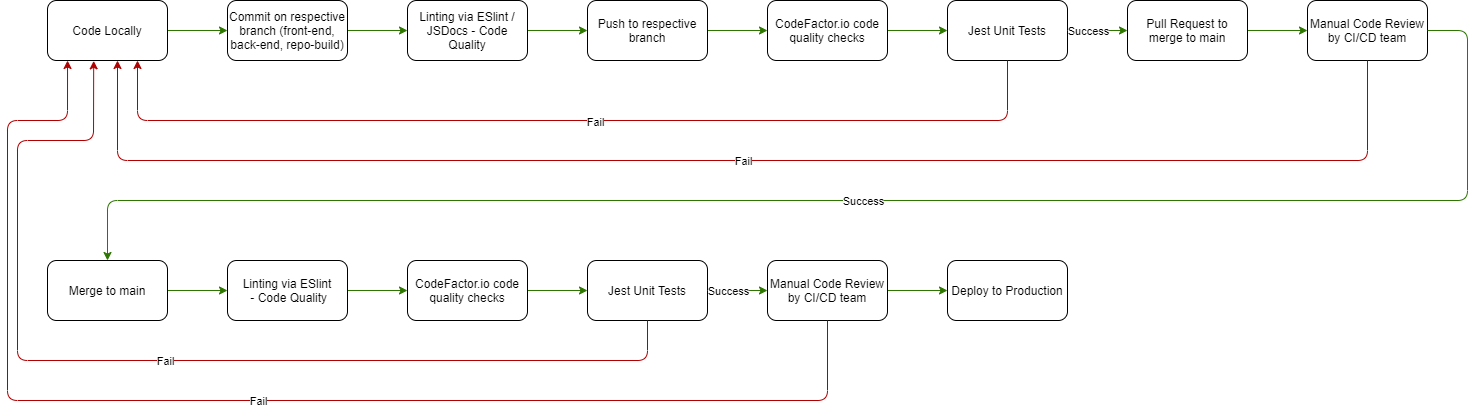
This is admin/CI+CD/phase1BuildDiagram.drawio.png from cse110-sp21-group14/cse110-sp21-group14, a draw.io export, as it was before one commit. Source tidied: cells renumbered, new cells last; positions are measured from the earlier drawing's top-left corner, leaving out a move shared by most shapes. Source of this version:
```xml
<mxGraphModel background="#ffffff">
  <root>
    <mxCell id="0" />
    <mxCell id="1" parent="0" />
    <mxCell id="2" style="edgeStyle=orthogonalEdgeStyle;rounded=0;jettySize=auto;html=1;exitX=1;exitY=0.5;exitDx=0;exitDy=0;entryX=0;entryY=0.5;entryDx=0;entryDy=0;fillColor=#60a917;strokeColor=#2D7600;" parent="1" edge="1" source="3" target="5">
      <mxGeometry relative="1" as="geometry" />
    </mxCell>
    <mxCell id="3" value="Code Locally" style="rounded=1;whiteSpace=wrap;html=1;" parent="1" vertex="1">
      <mxGeometry x="40" width="120" height="60" as="geometry" />
    </mxCell>
    <mxCell id="4" style="edgeStyle=orthogonalEdgeStyle;rounded=0;jettySize=auto;html=1;fillColor=#60a917;strokeColor=#2D7600;" parent="1" edge="1" source="5" target="7">
      <mxGeometry relative="1" as="geometry" />
    </mxCell>
    <mxCell id="5" value="Commit on respective branch (front-end, back-end, repo-build)" style="rounded=1;whiteSpace=wrap;html=1;" parent="1" vertex="1">
      <mxGeometry x="220" width="120" height="60" as="geometry" />
    </mxCell>
    <mxCell id="6" style="edgeStyle=orthogonalEdgeStyle;rounded=0;jettySize=auto;html=1;fillColor=#60a917;strokeColor=#2D7600;" parent="1" edge="1" source="7" target="14">
      <mxGeometry relative="1" as="geometry" />
    </mxCell>
    <mxCell id="7" value="Linting via ESlint / JSDocs - Code Quality" style="rounded=1;whiteSpace=wrap;html=1;" parent="1" vertex="1">
      <mxGeometry x="400" width="120" height="60" as="geometry" />
    </mxCell>
    <mxCell id="8" style="edgeStyle=orthogonalEdgeStyle;rounded=0;jettySize=auto;html=1;fillColor=#60a917;strokeColor=#2D7600;" parent="1" edge="1" source="9" target="15">
      <mxGeometry relative="1" as="geometry" />
    </mxCell>
    <mxCell id="9" value="Pull Request to merge to main" style="rounded=1;whiteSpace=wrap;html=1;" parent="1" vertex="1">
      <mxGeometry x="1120" width="120" height="60" as="geometry" />
    </mxCell>
    <mxCell id="10" value="Jest Unit Tests" style="rounded=1;whiteSpace=wrap;html=1;" parent="1" vertex="1">
      <mxGeometry x="940" width="120" height="60" as="geometry" />
    </mxCell>
    <mxCell id="11" style="edgeStyle=orthogonalEdgeStyle;rounded=0;jettySize=auto;html=1;fillColor=#60a917;strokeColor=#2D7600;" parent="1" edge="1" source="12" target="10">
      <mxGeometry relative="1" as="geometry" />
    </mxCell>
    <mxCell id="12" value="CodeFactor.io code quality checks" style="rounded=1;whiteSpace=wrap;html=1;" parent="1" vertex="1">
      <mxGeometry x="760" width="120" height="60" as="geometry" />
    </mxCell>
    <mxCell id="13" style="edgeStyle=orthogonalEdgeStyle;rounded=0;jettySize=auto;html=1;fillColor=#60a917;strokeColor=#2D7600;" parent="1" edge="1" source="14" target="12">
      <mxGeometry relative="1" as="geometry" />
    </mxCell>
    <mxCell id="14" value="Push to respective branch" style="rounded=1;whiteSpace=wrap;html=1;" parent="1" vertex="1">
      <mxGeometry x="580" width="120" height="60" as="geometry" />
    </mxCell>
    <mxCell id="15" value="Manual Code Review by CI/CD team" style="rounded=1;whiteSpace=wrap;html=1;" parent="1" vertex="1">
      <mxGeometry x="1300" width="120" height="60" as="geometry" />
    </mxCell>
    <mxCell id="16" value="Deploy to Production" style="rounded=1;whiteSpace=wrap;html=1;" parent="1" vertex="1">
      <mxGeometry x="940" y="260" width="120" height="60" as="geometry" />
    </mxCell>
    <mxCell id="17" style="endArrow=classic;html=1;exitX=0.5;exitY=1;exitDx=0;exitDy=0;entryX=0.75;entryY=1;entryDx=0;entryDy=0;fillColor=#e51400;strokeColor=#B20000;" parent="1" edge="1" source="10" target="3">
      <mxGeometry relative="1" as="geometry">
        <Array as="points">
          <mxPoint x="1000" y="120" />
          <mxPoint x="130" y="120" />
        </Array>
      </mxGeometry>
    </mxCell>
    <mxCell id="18" value="Fail" style="edgeLabel;html=1;align=center;verticalAlign=middle;" parent="17" vertex="1">
      <mxGeometry x="-0.04" y="1" relative="1" as="geometry" />
    </mxCell>
    <mxCell id="19" style="endArrow=classic;html=1;exitX=1;exitY=0.5;exitDx=0;exitDy=0;entryX=0;entryY=0.5;entryDx=0;entryDy=0;fillColor=#60a917;strokeColor=#2D7600;" parent="1" edge="1" source="10" target="9">
      <mxGeometry relative="1" as="geometry" />
    </mxCell>
    <mxCell id="20" value="Success" style="edgeLabel;html=1;align=center;verticalAlign=middle;" parent="19" vertex="1">
      <mxGeometry relative="1" as="geometry">
        <mxPoint x="-10" as="offset" />
      </mxGeometry>
    </mxCell>
    <mxCell id="21" style="edgeStyle=orthogonalEdgeStyle;rounded=0;jettySize=auto;html=1;fillColor=#60a917;strokeColor=#2D7600;entryX=0;entryY=0.5;entryDx=0;entryDy=0;" parent="1" edge="1" source="22" target="25">
      <mxGeometry relative="1" as="geometry" />
    </mxCell>
    <mxCell id="22" value="Linting via ESlint&lt;br&gt;&amp;nbsp;- Code Quality" style="rounded=1;whiteSpace=wrap;html=1;" parent="1" vertex="1">
      <mxGeometry x="220" y="260" width="120" height="60" as="geometry" />
    </mxCell>
    <mxCell id="23" value="Jest Unit Tests" style="rounded=1;whiteSpace=wrap;html=1;" parent="1" vertex="1">
      <mxGeometry x="580" y="260" width="120" height="60" as="geometry" />
    </mxCell>
    <mxCell id="24" style="edgeStyle=orthogonalEdgeStyle;rounded=0;jettySize=auto;html=1;fillColor=#60a917;strokeColor=#2D7600;" parent="1" edge="1" source="25" target="23">
      <mxGeometry relative="1" as="geometry" />
    </mxCell>
    <mxCell id="25" value="CodeFactor.io code quality checks" style="rounded=1;whiteSpace=wrap;html=1;" parent="1" vertex="1">
      <mxGeometry x="400" y="260" width="120" height="60" as="geometry" />
    </mxCell>
    <mxCell id="26" style="edgeStyle=orthogonalEdgeStyle;rounded=0;jettySize=auto;html=1;fillColor=#60a917;strokeColor=#2D7600;" parent="1" edge="1" source="27" target="16">
      <mxGeometry relative="1" as="geometry" />
    </mxCell>
    <mxCell id="27" value="Manual Code Review by CI/CD team" style="rounded=1;whiteSpace=wrap;html=1;" parent="1" vertex="1">
      <mxGeometry x="760" y="260" width="120" height="60" as="geometry" />
    </mxCell>
    <mxCell id="28" style="endArrow=classic;html=1;exitX=1;exitY=0.5;exitDx=0;exitDy=0;entryX=0;entryY=0.5;entryDx=0;entryDy=0;fillColor=#60a917;strokeColor=#2D7600;" parent="1" edge="1" source="23">
      <mxGeometry relative="1" as="geometry">
        <mxPoint x="760" y="290" as="targetPoint" />
      </mxGeometry>
    </mxCell>
    <mxCell id="29" value="Success" style="edgeLabel;html=1;align=center;verticalAlign=middle;" parent="28" vertex="1">
      <mxGeometry relative="1" as="geometry">
        <mxPoint x="-10" as="offset" />
      </mxGeometry>
    </mxCell>
    <mxCell id="30" style="edgeStyle=orthogonalEdgeStyle;rounded=0;jettySize=auto;html=1;fillColor=#60a917;strokeColor=#2D7600;" parent="1" edge="1" source="31" target="22">
      <mxGeometry relative="1" as="geometry" />
    </mxCell>
    <mxCell id="31" value="Merge to main" style="rounded=1;whiteSpace=wrap;html=1;" parent="1" vertex="1">
      <mxGeometry x="40" y="260" width="120" height="60" as="geometry" />
    </mxCell>
    <mxCell id="32" style="endArrow=classic;html=1;exitX=0.5;exitY=1;exitDx=0;exitDy=0;fillColor=#e51400;strokeColor=#B20000;" parent="1" edge="1" source="15">
      <mxGeometry relative="1" as="geometry">
        <mxPoint x="110" y="60" as="targetPoint" />
        <Array as="points">
          <mxPoint x="1360" y="160" />
          <mxPoint x="110" y="160" />
        </Array>
      </mxGeometry>
    </mxCell>
    <mxCell id="33" value="Fail" style="edgeLabel;html=1;align=center;verticalAlign=middle;" parent="32" vertex="1">
      <mxGeometry relative="1" as="geometry" />
    </mxCell>
    <mxCell id="34" style="endArrow=classic;html=1;exitX=1;exitY=0.5;exitDx=0;exitDy=0;entryX=0.5;entryY=0;entryDx=0;entryDy=0;fillColor=#60a917;strokeColor=#2D7600;" parent="1" edge="1" source="15" target="31">
      <mxGeometry relative="1" as="geometry">
        <Array as="points">
          <mxPoint x="1460" y="30" />
          <mxPoint x="1460" y="200" />
          <mxPoint x="100" y="200" />
        </Array>
      </mxGeometry>
    </mxCell>
    <mxCell id="35" value="Success" style="edgeLabel;html=1;align=center;verticalAlign=middle;" parent="34" vertex="1">
      <mxGeometry relative="1" as="geometry" />
    </mxCell>
    <mxCell id="36" style="endArrow=classic;html=1;exitX=0.5;exitY=1;exitDx=0;exitDy=0;entryX=0.385;entryY=1.006;entryDx=0;entryDy=0;entryPerimeter=0;fillColor=#e51400;strokeColor=#B20000;" parent="1" edge="1" source="23" target="3">
      <mxGeometry relative="1" as="geometry">
        <Array as="points">
          <mxPoint x="640" y="360" />
          <mxPoint x="10" y="360" />
          <mxPoint x="10" y="140" />
          <mxPoint x="86" y="140" />
        </Array>
      </mxGeometry>
    </mxCell>
    <mxCell id="37" value="Fail" style="edgeLabel;html=1;align=center;verticalAlign=middle;" parent="36" vertex="1">
      <mxGeometry relative="1" as="geometry" />
    </mxCell>
    <mxCell id="38" style="endArrow=classic;html=1;exitX=0.5;exitY=1;exitDx=0;exitDy=0;entryX=0.167;entryY=1;entryDx=0;entryDy=0;entryPerimeter=0;fillColor=#e51400;strokeColor=#B20000;" parent="1" edge="1" source="27" target="3">
      <mxGeometry relative="1" as="geometry">
        <Array as="points">
          <mxPoint x="820" y="400" />
          <mxPoint y="400" />
          <mxPoint y="120" />
          <mxPoint x="60" y="120" />
        </Array>
      </mxGeometry>
    </mxCell>
    <mxCell id="39" value="Fail" style="edgeLabel;html=1;align=center;verticalAlign=middle;" parent="38" vertex="1">
      <mxGeometry relative="1" as="geometry" />
    </mxCell>
  </root>
</mxGraphModel>
```
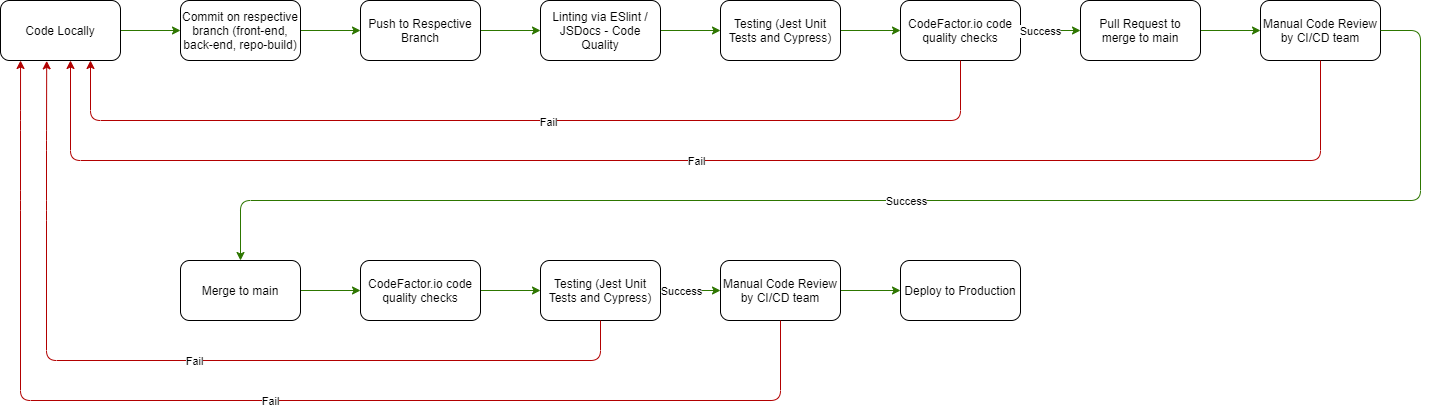
The same diagram one commit later.

What changed in the source:
```diff
@@ -17,7 +17,7 @@
     <mxCell id="6" style="edgeStyle=orthogonalEdgeStyle;rounded=0;jettySize=auto;html=1;fillColor=#60a917;strokeColor=#2D7600;" parent="1" edge="1" source="7" target="14">
       <mxGeometry relative="1" as="geometry" />
     </mxCell>
-    <mxCell id="7" value="Linting via ESlint / JSDocs - Code Quality" style="rounded=1;whiteSpace=wrap;html=1;" parent="1" vertex="1">
+    <mxCell id="7" value="Push to Respective Branch" style="rounded=1;whiteSpace=wrap;html=1;" parent="1" vertex="1">
       <mxGeometry x="400" width="120" height="60" as="geometry" />
     </mxCell>
     <mxCell id="8" style="edgeStyle=orthogonalEdgeStyle;rounded=0;jettySize=auto;html=1;fillColor=#60a917;strokeColor=#2D7600;" parent="1" edge="1" source="9" target="15">
@@ -26,19 +26,19 @@
     <mxCell id="9" value="Pull Request to merge to main" style="rounded=1;whiteSpace=wrap;html=1;" parent="1" vertex="1">
       <mxGeometry x="1120" width="120" height="60" as="geometry" />
     </mxCell>
-    <mxCell id="10" value="Jest Unit Tests" style="rounded=1;whiteSpace=wrap;html=1;" parent="1" vertex="1">
+    <mxCell id="10" value="CodeFactor.io code quality checks" style="rounded=1;whiteSpace=wrap;html=1;" parent="1" vertex="1">
       <mxGeometry x="940" width="120" height="60" as="geometry" />
     </mxCell>
     <mxCell id="11" style="edgeStyle=orthogonalEdgeStyle;rounded=0;jettySize=auto;html=1;fillColor=#60a917;strokeColor=#2D7600;" parent="1" edge="1" source="12" target="10">
       <mxGeometry relative="1" as="geometry" />
     </mxCell>
-    <mxCell id="12" value="CodeFactor.io code quality checks" style="rounded=1;whiteSpace=wrap;html=1;" parent="1" vertex="1">
+    <mxCell id="12" value="Testing (Jest Unit Tests and Cypress)" style="rounded=1;whiteSpace=wrap;html=1;" parent="1" vertex="1">
       <mxGeometry x="760" width="120" height="60" as="geometry" />
     </mxCell>
     <mxCell id="13" style="edgeStyle=orthogonalEdgeStyle;rounded=0;jettySize=auto;html=1;fillColor=#60a917;strokeColor=#2D7600;" parent="1" edge="1" source="14" target="12">
       <mxGeometry relative="1" as="geometry" />
     </mxCell>
-    <mxCell id="14" value="Push to respective branch" style="rounded=1;whiteSpace=wrap;html=1;" parent="1" vertex="1">
+    <mxCell id="14" value="Linting via ESlint / JSDocs - Code Quality" style="rounded=1;whiteSpace=wrap;html=1;" parent="1" vertex="1">
       <mxGeometry x="580" width="120" height="60" as="geometry" />
     </mxCell>
     <mxCell id="15" value="Manual Code Review by CI/CD team" style="rounded=1;whiteSpace=wrap;html=1;" parent="1" vertex="1">
@@ -66,21 +66,15 @@
         <mxPoint x="-10" as="offset" />
       </mxGeometry>
     </mxCell>
-    <mxCell id="21" style="edgeStyle=orthogonalEdgeStyle;rounded=0;jettySize=auto;html=1;fillColor=#60a917;strokeColor=#2D7600;entryX=0;entryY=0.5;entryDx=0;entryDy=0;" parent="1" edge="1" source="22" target="25">
+    <mxCell id="21" style="edgeStyle=orthogonalEdgeStyle;rounded=0;jettySize=auto;html=1;fillColor=#60a917;strokeColor=#2D7600;entryX=0;entryY=0.5;entryDx=0;entryDy=0;" parent="1" edge="1" source="22" target="23">
       <mxGeometry relative="1" as="geometry" />
     </mxCell>
-    <mxCell id="22" value="Linting via ESlint&lt;br&gt;&amp;nbsp;- Code Quality" style="rounded=1;whiteSpace=wrap;html=1;" parent="1" vertex="1">
-      <mxGeometry x="220" y="260" width="120" height="60" as="geometry" />
+    <mxCell id="22" value="CodeFactor.io code quality checks" style="rounded=1;whiteSpace=wrap;html=1;" parent="1" vertex="1">
+      <mxGeometry x="400" y="260" width="120" height="60" as="geometry" />
     </mxCell>
-    <mxCell id="23" value="Jest Unit Tests" style="rounded=1;whiteSpace=wrap;html=1;" parent="1" vertex="1">
+    <mxCell id="23" value="Testing (Jest Unit Tests and Cypress)" style="rounded=1;whiteSpace=wrap;html=1;" parent="1" vertex="1">
       <mxGeometry x="580" y="260" width="120" height="60" as="geometry" />
     </mxCell>
-    <mxCell id="24" style="edgeStyle=orthogonalEdgeStyle;rounded=0;jettySize=auto;html=1;fillColor=#60a917;strokeColor=#2D7600;" parent="1" edge="1" source="25" target="23">
-      <mxGeometry relative="1" as="geometry" />
-    </mxCell>
-    <mxCell id="25" value="CodeFactor.io code quality checks" style="rounded=1;whiteSpace=wrap;html=1;" parent="1" vertex="1">
-      <mxGeometry x="400" y="260" width="120" height="60" as="geometry" />
-    </mxCell>
     <mxCell id="26" style="edgeStyle=orthogonalEdgeStyle;rounded=0;jettySize=auto;html=1;fillColor=#60a917;strokeColor=#2D7600;" parent="1" edge="1" source="27" target="16">
       <mxGeometry relative="1" as="geometry" />
     </mxCell>
@@ -101,7 +95,7 @@
       <mxGeometry relative="1" as="geometry" />
     </mxCell>
     <mxCell id="31" value="Merge to main" style="rounded=1;whiteSpace=wrap;html=1;" parent="1" vertex="1">
-      <mxGeometry x="40" y="260" width="120" height="60" as="geometry" />
+      <mxGeometry x="220" y="260" width="120" height="60" as="geometry" />
     </mxCell>
     <mxCell id="32" style="endArrow=classic;html=1;exitX=0.5;exitY=1;exitDx=0;exitDy=0;fillColor=#e51400;strokeColor=#B20000;" parent="1" edge="1" source="15">
       <mxGeometry relative="1" as="geometry">
@@ -120,7 +114,7 @@
         <Array as="points">
           <mxPoint x="1460" y="30" />
           <mxPoint x="1460" y="200" />
-          <mxPoint x="100" y="200" />
+          <mxPoint x="280" y="200" />
         </Array>
       </mxGeometry>
     </mxCell>
@@ -131,8 +125,8 @@
       <mxGeometry relative="1" as="geometry">
         <Array as="points">
           <mxPoint x="640" y="360" />
-          <mxPoint x="10" y="360" />
-          <mxPoint x="10" y="140" />
+          <mxPoint x="86" y="360" />
+          <mxPoint x="86" y="210" />
           <mxPoint x="86" y="140" />
         </Array>
       </mxGeometry>
@@ -144,8 +138,8 @@
       <mxGeometry relative="1" as="geometry">
         <Array as="points">
           <mxPoint x="820" y="400" />
-          <mxPoint y="400" />
-          <mxPoint y="120" />
+          <mxPoint x="60" y="400" />
+          <mxPoint x="60" y="200" />
           <mxPoint x="60" y="120" />
         </Array>
       </mxGeometry>
```
